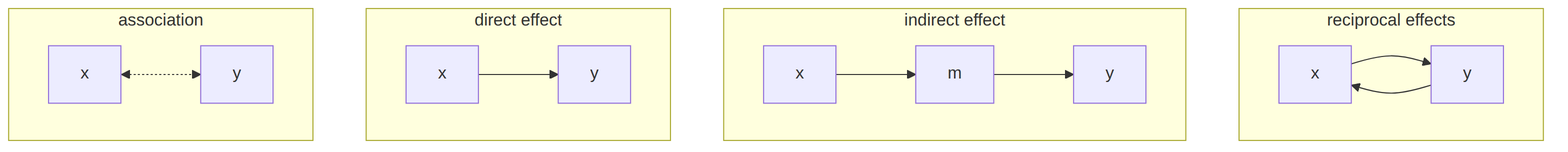
This is diagrams/relationships.png from daob/stads-book, a Mermaid export, as it was before one commit. Its source is kept beside it as diagrams/relationships.mmd.
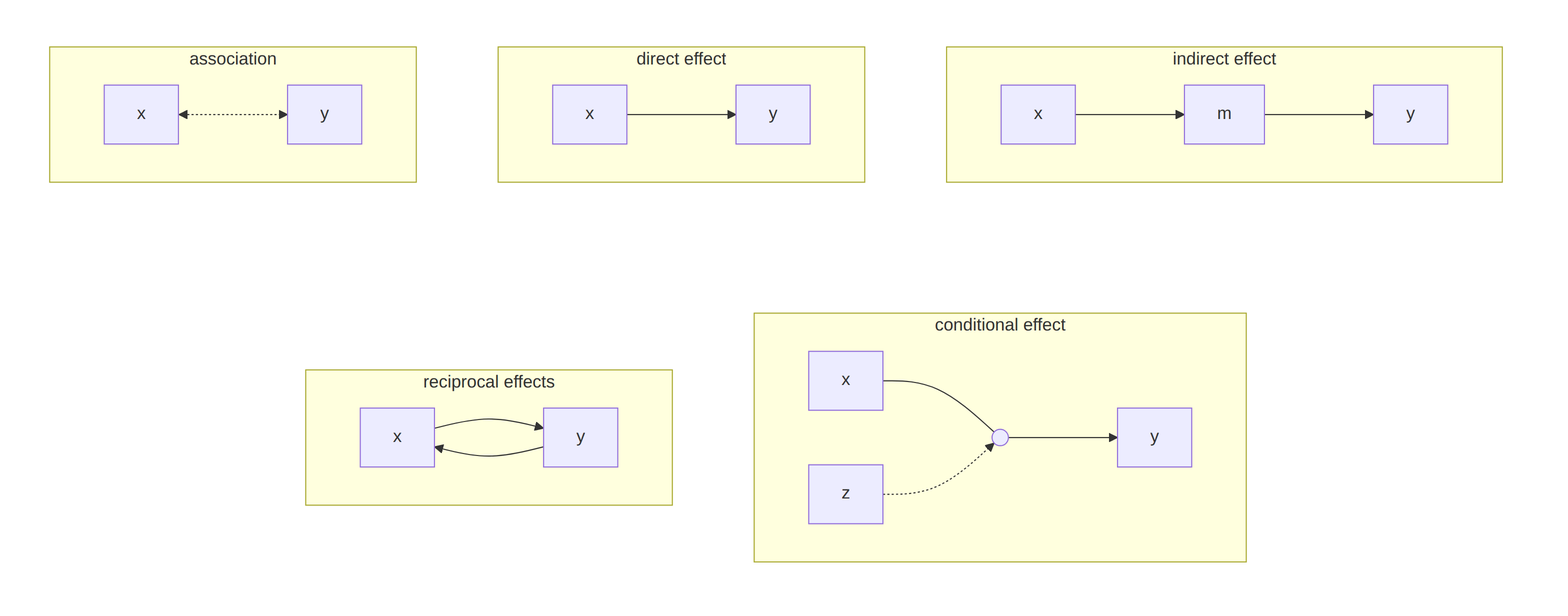
After the change.

The edit, as a diff of the source:
```diff
@@ -1,19 +1,35 @@
-flowchart LR
-  subgraph a[" association "]
+flowchart TB
+  subgraph top[" "]
     direction LR
-    X1[x] <-.-> Y1[y]
+    subgraph a[" association "]
+      direction LR
+      X1[x] <-.-> Y1[y]
+    end
+    subgraph d[" direct effect "]
+      direction LR
+      X2[x] --> Y2[y]
+    end
+    subgraph i[" indirect effect "]
+      direction LR
+      X3[x] --> M3[m] --> Y3[y]
+    end
+    a ~~~ d ~~~ i
   end
-  subgraph d[" direct effect "]
+  subgraph bottom[" "]
     direction LR
-    X2[x] --> Y2[y]
+    subgraph r[" reciprocal effects "]
+      direction LR
+      X4[x] --> Y4[y]
+      Y4 --> X4
+    end
+    subgraph c[" conditional effect "]
+      direction LR
+      X5[x] --- P5(( ))
+      P5 --> Y5[y]
+      Z5[z] -.-> P5
+    end
+    r ~~~ c
   end
-  subgraph i[" indirect effect "]
-    direction LR
-    X3[x] --> M3[m] --> Y3[y]
-  end
-  subgraph r[" reciprocal effects "]
-    direction LR
-    X4[x] --> Y4[y]
-    Y4 --> X4
-  end
-  a ~~~ d ~~~ i ~~~ r
+  top ~~~ bottom
+  style top fill:none,stroke:none
+  style bottom fill:none,stroke:none
```
